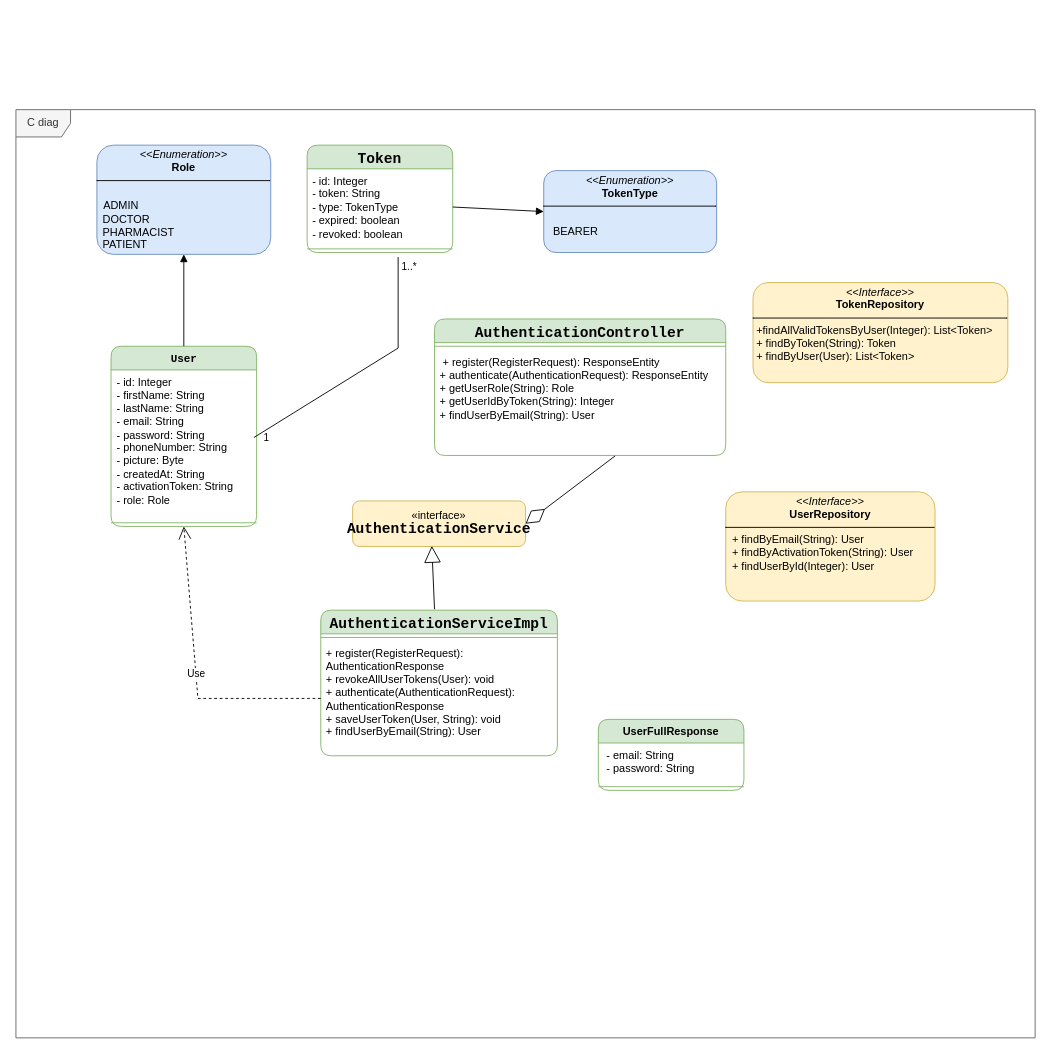
Before: Class_diagram/Auth class diagram.drawio in siwar630/Conception-pfe, a draw.io diagram. Source tidied: cells renumbered, new cells numbered last; positions are measured from the earlier drawing's top-left corner, leaving out a move shared by most shapes. Both pictures are drawn from the tidied source at 91%, with x=0, y=0 at pixel (15, 109).
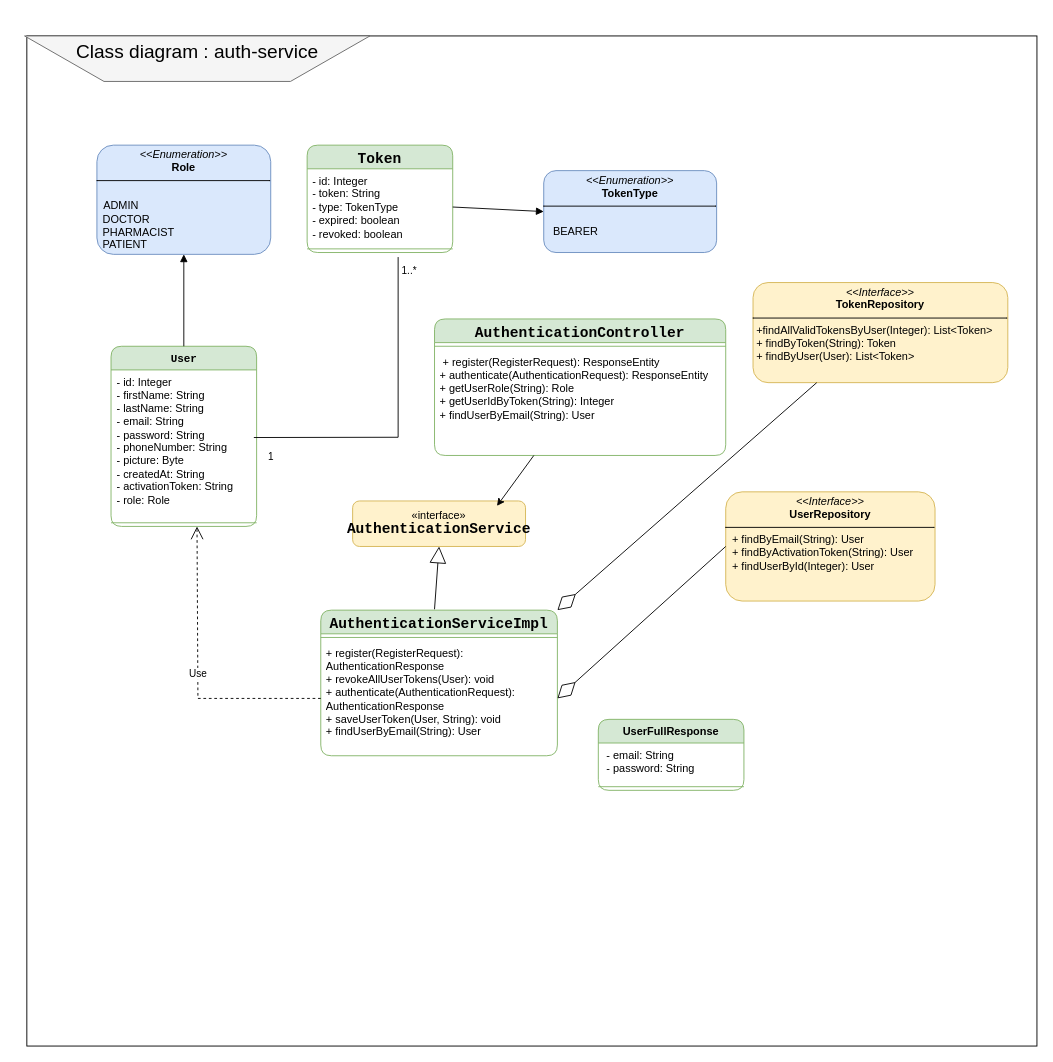
Above is the later version.

Commit message (it also covers changes not shown here):
Mettre à jour Auth class diagram.drawio

Unchanged cells that the change refers to:
```xml
<mxCell id="2" value="&lt;span style=&quot;font-family: monospace; text-align: left;&quot;&gt;User&lt;/span&gt;" style="swimlane;fontStyle=1;align=center;verticalAlign=top;horizontal=1;startSize=26;whiteSpace=wrap;html=1;fillColor=#d5e8d4;strokeColor=#82b366;rounded=1;" parent="1" vertex="1">
  <mxGeometry x="104.5" y="260" width="160" height="198" as="geometry" />
</mxCell>
<mxCell id="3" value="- id: Integer&lt;br/&gt;  - firstName: String&lt;br/&gt;  - lastName: String&lt;br/&gt;  - email: String&lt;br/&gt;  - password: String&lt;br/&gt;  - phoneNumber: String&lt;br/&gt;  - picture: Byte&lt;br/&gt;  - createdAt: String&lt;br/&gt;  - activationToken: String&lt;br/&gt;  - role: Role" style="text;strokeColor=none;fillColor=none;align=left;verticalAlign=top;spacingLeft=4;spacingRight=4;overflow=hidden;points=[[0,0.5],[1,0.5]];portConstraint=eastwest;whiteSpace=wrap;html=1;rounded=1;" parent="2" vertex="1">
  <mxGeometry y="26" width="160" height="164" as="geometry" />
</mxCell>
<mxCell id="5" value="&lt;span style=&quot;font-family: monospace; font-size: medium; text-align: left;&quot;&gt;AuthenticationServiceImpl&lt;/span&gt;" style="swimlane;fontStyle=1;align=center;verticalAlign=top;horizontal=1;startSize=26;whiteSpace=wrap;html=1;rounded=1;fillColor=#d5e8d4;strokeColor=#82b366;" parent="1" vertex="1">
  <mxGeometry x="335" y="550" width="260" height="160" as="geometry" />
</mxCell>
<mxCell id="7" value="+ register(RegisterRequest): AuthenticationResponse&lt;br/&gt;  + revokeAllUserTokens(User): void&lt;br/&gt;  + authenticate(AuthenticationRequest): AuthenticationResponse&lt;br/&gt;  + saveUserToken(User, String): void&lt;br/&gt;  + findUserByEmail(String): User" style="text;strokeColor=none;fillColor=none;align=left;verticalAlign=top;spacingLeft=4;spacingRight=4;overflow=hidden;points=[[0,0.5],[1,0.5]];portConstraint=eastwest;whiteSpace=wrap;html=1;rounded=1;" parent="5" vertex="1">
  <mxGeometry y="34" width="260" height="126" as="geometry" />
</mxCell>
<mxCell id="13" value="&amp;nbsp;+ register(RegisterRequest): ResponseEntity&lt;br&gt;  + authenticate(AuthenticationRequest): ResponseEntity&lt;br&gt;  + getUserRole(String): Role&lt;br&gt;  + getUserIdByToken(String): Integer&lt;br&gt;  + findUserByEmail(String): User&lt;div&gt;&lt;br/&gt;&lt;/div&gt;" style="text;strokeColor=none;fillColor=none;align=left;verticalAlign=top;spacingLeft=4;spacingRight=4;overflow=hidden;points=[[0,0.5],[1,0.5]];portConstraint=eastwest;whiteSpace=wrap;html=1;rounded=1;" parent="11" vertex="1">
  <mxGeometry y="34" width="320" height="116" as="geometry" />
</mxCell>
<mxCell id="18" value="«interface»&lt;br&gt;&lt;span style=&quot;font-family: monospace; font-size: medium; font-weight: 700; text-align: left;&quot;&gt;AuthenticationService&lt;/span&gt;" style="html=1;whiteSpace=wrap;fillColor=#fff2cc;strokeColor=#d6b656;rounded=1;" parent="1" vertex="1">
  <mxGeometry x="370" y="430" width="190" height="50" as="geometry" />
</mxCell>
<mxCell id="20" value="&lt;p style=&quot;margin:0px;margin-top:4px;text-align:center;&quot;&gt;&lt;i&gt;&amp;lt;&amp;lt;Interface&amp;gt;&amp;gt;&lt;/i&gt;&lt;br&gt;&lt;b&gt;UserRepository&lt;/b&gt;&lt;/p&gt;&lt;hr size=&quot;1&quot; style=&quot;border-style:solid;&quot;&gt;&lt;p style=&quot;margin:0px;margin-left:4px;&quot;&gt;&lt;span style=&quot;background-color: transparent; color: light-dark(rgb(0, 0, 0), rgb(255, 255, 255));&quot;&gt;&amp;nbsp;+ findByEmail(String): User&lt;/span&gt;&lt;/p&gt;&lt;p style=&quot;margin:0px;margin-left:4px;&quot;&gt;&amp;nbsp;+ findByActivationToken(String): User&lt;br&gt;&amp;nbsp;+ findUserById(Integer): User&lt;/p&gt;" style="verticalAlign=top;align=left;overflow=fill;html=1;whiteSpace=wrap;fillColor=#fff2cc;strokeColor=#d6b656;rounded=1;" parent="1" vertex="1">
  <mxGeometry x="780" y="420" width="230" height="120" as="geometry" />
</mxCell>
<mxCell id="21" value="&lt;p style=&quot;margin:0px;margin-top:4px;text-align:center;&quot;&gt;&lt;i&gt;&amp;lt;&amp;lt;Interface&amp;gt;&amp;gt;&lt;/i&gt;&lt;br&gt;&lt;b&gt;TokenRepository&lt;/b&gt;&lt;/p&gt;&lt;hr size=&quot;1&quot; style=&quot;border-style:solid;&quot;&gt;&lt;p style=&quot;margin:0px;margin-left:4px;&quot;&gt;&lt;span style=&quot;background-color: transparent; color: light-dark(rgb(0, 0, 0), rgb(255, 255, 255));&quot;&gt;+findAllValidTokensByUser(Integer): List&amp;lt;Token&amp;gt;&lt;/span&gt;&lt;/p&gt;&lt;p style=&quot;margin:0px;margin-left:4px;&quot;&gt;+ findByToken(String): Token&lt;br&gt;+ findByUser(User): List&amp;lt;Token&amp;gt;&lt;/p&gt;" style="verticalAlign=top;align=left;overflow=fill;html=1;whiteSpace=wrap;fillColor=#fff2cc;strokeColor=#d6b656;rounded=1;" parent="1" vertex="1">
  <mxGeometry x="810" y="190" width="280" height="110" as="geometry" />
</mxCell>
```

What changed in the source:
```diff
@@
+    <mxCell id="31" style="whiteSpace=wrap;html=1;" parent="1" vertex="1">
+      <mxGeometry x="12" y="-81" width="1110" height="1110" as="geometry" />
+    </mxCell>
@@
     <mxCell id="23" style="endArrow=none;html=1;rounded=0;exitX=0.981;exitY=0.453;exitDx=0;exitDy=0;exitPerimeter=0;entryX=0.5;entryY=1;entryDx=0;entryDy=0;" parent="1" edge="1" source="3">
       <mxGeometry relative="1" as="geometry">
         <mxPoint x="420" y="162" as="targetPoint" />
         <Array as="points">
-          <mxPoint x="420" y="262" />
+          <mxPoint x="420" y="360" />
         </Array>
       </mxGeometry>
     </mxCell>
     <mxCell id="24" value="1" style="edgeLabel;html=1;align=center;verticalAlign=middle;" parent="23" vertex="1">
       <mxGeometry x="-0.24" y="1" relative="1" as="geometry">
-        <mxPoint x="-79" y="58" as="offset" />
+        <mxPoint x="-117" y="21" as="offset" />
       </mxGeometry>
     </mxCell>
@@
-    <mxCell id="27" style="endArrow=diamondThin;endFill=0;endSize=24;html=1;rounded=0;entryX=1;entryY=0.5;entryDx=0;entryDy=0;exitX=0.62;exitY=1.005;exitDx=0;exitDy=0;exitPerimeter=0;" parent="1" edge="1" source="13" target="18">
-      <mxGeometry relative="1" as="geometry" />
-    </mxCell>
-    <mxCell id="28" value="Use" style="endArrow=open;endSize=12;dashed=1;html=1;rounded=0;exitX=0;exitY=0.5;exitDx=0;exitDy=0;entryX=0.5;entryY=1;entryDx=0;entryDy=0;" parent="1" edge="1" source="7" target="2">
+    <mxCell id="28" value="Use" style="endArrow=open;endSize=12;dashed=1;html=1;rounded=0;exitX=0;exitY=0.5;exitDx=0;exitDy=0;" parent="1" edge="1" source="7">
       <mxGeometry relative="1" as="geometry">
+        <mxPoint x="199" y="458" as="targetPoint" />
         <Array as="points">
           <mxPoint x="200" y="647" />
         </Array>
       </mxGeometry>
     </mxCell>
-    <mxCell id="29" style="endArrow=block;endSize=16;endFill=0;html=1;rounded=0;entryX=0.458;entryY=0.987;entryDx=0;entryDy=0;entryPerimeter=0;" parent="1" edge="1" target="18">
+    <mxCell id="29" style="endArrow=block;endSize=16;endFill=0;html=1;rounded=0;" parent="1" edge="1">
       <mxGeometry relative="1" as="geometry">
         <mxPoint x="460" y="549" as="sourcePoint" />
+        <mxPoint x="465" y="480" as="targetPoint" />
       </mxGeometry>
     </mxCell>
-    <mxCell id="30" value="C diag" style="shape=umlFrame;whiteSpace=wrap;html=1;fillColor=#f5f5f5;strokeColor=#666666;fontColor=#333333;" parent="1" vertex="1">
-      <mxGeometry width="1120" height="1020" as="geometry" />
-    </mxCell>
+    <mxCell id="32" style="endArrow=diamondThin;endFill=0;endSize=24;html=1;rounded=0;exitX=0;exitY=0.5;exitDx=0;exitDy=0;entryX=1;entryY=0.5;entryDx=0;entryDy=0;" parent="1" edge="1" source="20" target="7">
+      <mxGeometry relative="1" as="geometry" />
+    </mxCell>
+    <mxCell id="33" style="endArrow=diamondThin;endFill=0;endSize=24;html=1;rounded=0;exitX=0.25;exitY=1;exitDx=0;exitDy=0;entryX=1;entryY=0;entryDx=0;entryDy=0;" parent="1" edge="1" source="21" target="5">
+      <mxGeometry relative="1" as="geometry" />
+    </mxCell>
+    <mxCell id="27" style="endArrow=classic;html=1;rounded=0;exitX=0.341;exitY=1;exitDx=0;exitDy=0;exitPerimeter=0;entryX=0.835;entryY=0.109;entryDx=0;entryDy=0;entryPerimeter=0;" parent="1" edge="1" source="13" target="18">
+      <mxGeometry relative="1" as="geometry" />
+    </mxCell>
+    <mxCell id="34" style="verticalLabelPosition=middle;verticalAlign=middle;html=1;shape=trapezoid;perimeter=trapezoidPerimeter;whiteSpace=wrap;size=0.23;arcSize=10;flipV=1;labelPosition=center;align=center;fillColor=#f5f5f5;fontColor=#333333;strokeColor=#666666;" parent="1" vertex="1">
+      <mxGeometry x="9.5" y="-81" width="379.5" height="50" as="geometry" />
+    </mxCell>
+    <mxCell id="35" value="&lt;h1 style=&quot;text-align: left; margin-top: 0px;&quot;&gt;&lt;span style=&quot;background-color: transparent; color: light-dark(rgb(0, 0, 0), rgb(255, 255, 255)); font-weight: normal;&quot;&gt;&lt;font style=&quot;font-size: 21px;&quot;&gt;Class diagram : auth-service&lt;/font&gt;&lt;/span&gt;&lt;/h1&gt;" style="text;html=1;align=center;verticalAlign=middle;whiteSpace=wrap;rounded=0;fontStyle=1;" parent="1" vertex="1">
+      <mxGeometry x="12" y="-103.5" width="374.5" height="95" as="geometry" />
+    </mxCell>
```
